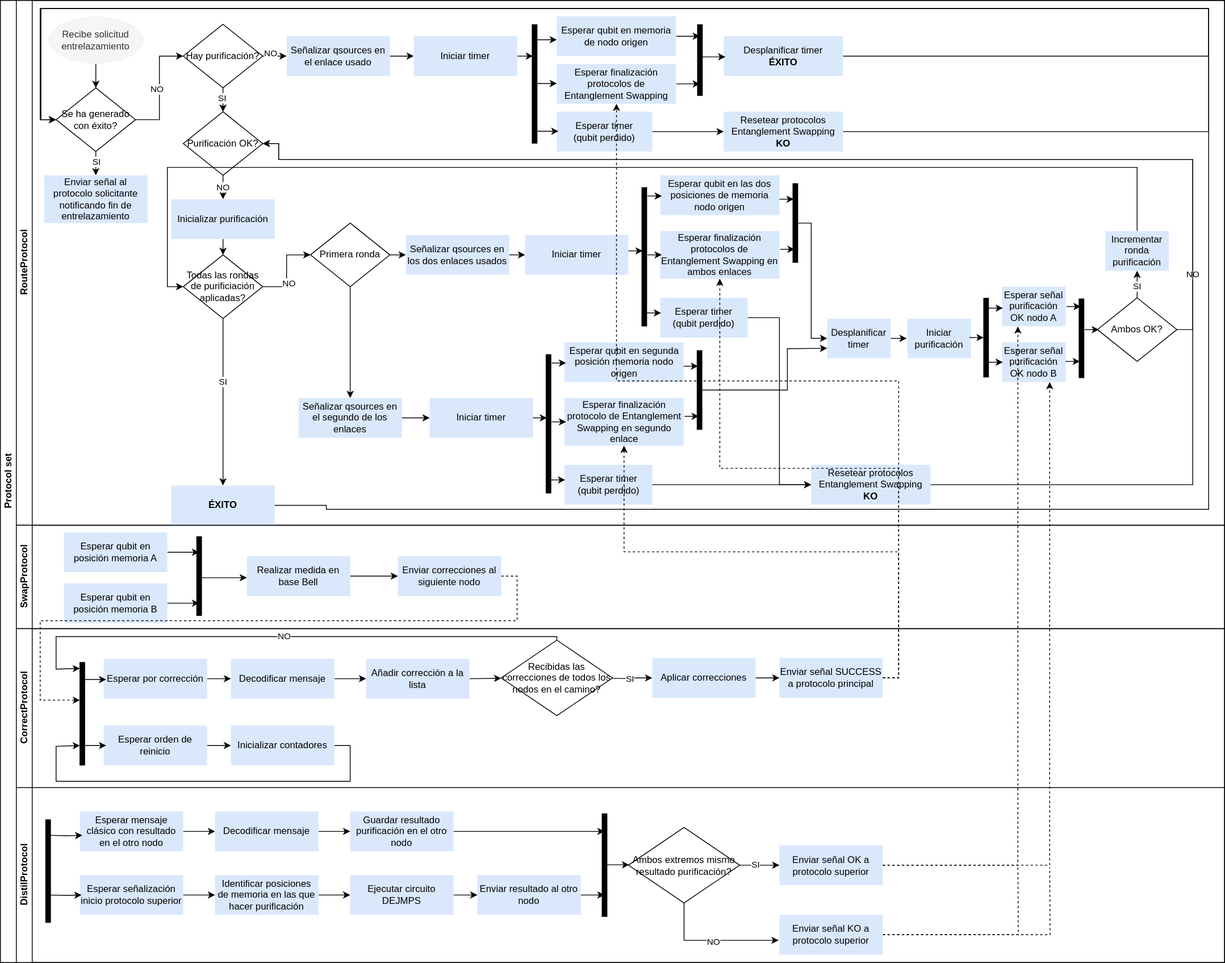
The draw.io diagram Diagramas/Flujo/tec-RouteProtocol.svg in davidpcuvigo/quantumcity, before a commit. Source tidied: cells renumbered, new cells last; positions are measured from the earlier drawing's top-left corner, leaving out a move shared by most shapes.
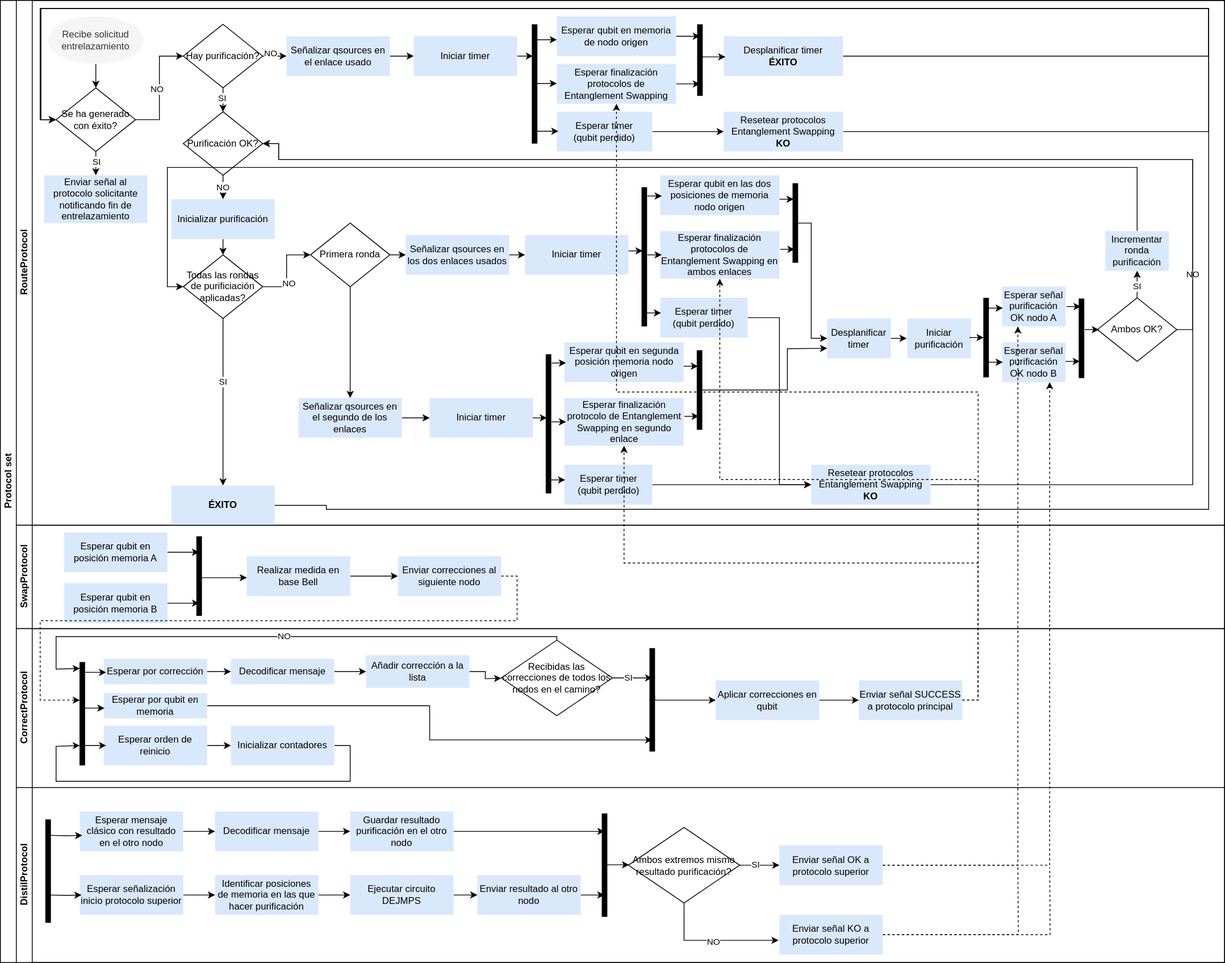
Later version of the same file.

Commit message:
Corrección tiempo pérdida qubit

Diff of the diagram source:
```diff
@@ -421,6 +421,15 @@
     <mxCell id="100" value="Enviar correcciones al siguiente nodo" style="rounded=0;whiteSpace=wrap;html=1;fillColor=#dae8fc;strokeColor=none;" parent="91" vertex="1">
       <mxGeometry x="480" y="39" width="130" height="50" as="geometry" />
     </mxCell>
+    <mxCell id="121" style="edgeStyle=orthogonalEdgeStyle;rounded=0;jettySize=auto;html=1;exitX=1;exitY=0.5;exitDx=0;exitDy=0;entryX=0.5;entryY=1;entryDx=0;entryDy=0;dashed=1;" parent="2" edge="1" source="115" target="62">
+      <mxGeometry relative="1" as="geometry" />
+    </mxCell>
+    <mxCell id="122" style="edgeStyle=orthogonalEdgeStyle;rounded=0;jettySize=auto;html=1;exitX=1;exitY=0.5;exitDx=0;exitDy=0;entryX=0.5;entryY=1;entryDx=0;entryDy=0;dashed=1;" parent="2" edge="1" source="115" target="49">
+      <mxGeometry relative="1" as="geometry" />
+    </mxCell>
+    <mxCell id="123" style="edgeStyle=orthogonalEdgeStyle;rounded=0;jettySize=auto;html=1;exitX=1;exitY=0.5;exitDx=0;exitDy=0;entryX=0.5;entryY=1;entryDx=0;entryDy=0;dashed=1;" parent="2" edge="1" source="115" target="22">
+      <mxGeometry relative="1" as="geometry" />
+    </mxCell>
     <mxCell id="101" value="CorrectProtocol" style="swimlane;html=1;startSize=20;horizontal=0;" parent="2" vertex="1">
       <mxGeometry x="20" y="790" width="1520" height="200" as="geometry" />
     </mxCell>
@@ -428,7 +437,7 @@
       <mxGeometry relative="1" as="geometry" />
     </mxCell>
     <mxCell id="103" value="Esperar por corrección" style="rounded=0;whiteSpace=wrap;html=1;fillColor=#dae8fc;strokeColor=none;" parent="101" vertex="1">
-      <mxGeometry x="110" y="38" width="130" height="50" as="geometry" />
+      <mxGeometry x="110" y="38" width="130" height="32" as="geometry" />
     </mxCell>
     <mxCell id="104" style="edgeStyle=orthogonalEdgeStyle;rounded=0;jettySize=auto;html=1;exitX=1;exitY=0.5;exitDx=0;exitDy=0;entryX=0;entryY=0.5;entryDx=0;entryDy=0;" parent="101" edge="1" source="105" target="119">
       <mxGeometry relative="1" as="geometry" />
@@ -440,7 +449,7 @@
       <mxGeometry relative="1" as="geometry" />
     </mxCell>
     <mxCell id="107" value="Decodificar mensaje" style="rounded=0;whiteSpace=wrap;html=1;fillColor=#dae8fc;strokeColor=none;" parent="101" vertex="1">
-      <mxGeometry x="270" y="38" width="130" height="50" as="geometry" />
+      <mxGeometry x="270" y="38" width="130" height="32" as="geometry" />
     </mxCell>
     <mxCell id="108" style="edgeStyle=orthogonalEdgeStyle;rounded=0;jettySize=auto;html=1;exitX=1;exitY=0.5;exitDx=0;exitDy=0;entryX=0;entryY=0.5;entryDx=0;entryDy=0;" parent="101" edge="1" source="109">
       <mxGeometry relative="1" as="geometry">
@@ -448,7 +457,7 @@
       </mxGeometry>
     </mxCell>
     <mxCell id="109" value="Añadir corrección a la lista" style="rounded=0;whiteSpace=wrap;html=1;fillColor=#dae8fc;strokeColor=none;" parent="101" vertex="1">
-      <mxGeometry x="440" y="38" width="130" height="50" as="geometry" />
+      <mxGeometry x="440" y="33.5" width="130" height="41" as="geometry" />
     </mxCell>
     <mxCell id="110" style="edgeStyle=orthogonalEdgeStyle;rounded=0;jettySize=auto;html=1;exitX=0.5;exitY=0;exitDx=0;exitDy=0;" parent="101" edge="1" source="112">
       <mxGeometry relative="1" as="geometry">
@@ -463,26 +472,26 @@
     <mxCell id="111" value="NO" style="edgeLabel;html=1;align=center;verticalAlign=middle;" parent="110" vertex="1">
       <mxGeometry x="-0.01" y="-1" relative="1" as="geometry" />
     </mxCell>
+    <mxCell id="173" style="edgeStyle=orthogonalEdgeStyle;rounded=0;jettySize=auto;html=1;exitX=1;exitY=0.5;exitDx=0;exitDy=0;" parent="101" edge="1" source="112">
+      <mxGeometry relative="1" as="geometry">
+        <mxPoint x="800" y="62" as="targetPoint" />
+      </mxGeometry>
+    </mxCell>
+    <mxCell id="117" value="SI" style="edgeLabel;html=1;align=center;verticalAlign=middle;" parent="173" vertex="1">
+      <mxGeometry x="-0.25" y="1" relative="1" as="geometry" />
+    </mxCell>
     <mxCell id="112" value="Recibidas las correcciones de todos los nodos en el camino?" style="rhombus;whiteSpace=wrap;html=1;fontFamily=Helvetica;fontSize=12;fontColor=#000000;align=center;" parent="101" vertex="1">
       <mxGeometry x="610" y="14.5" width="140" height="95" as="geometry" />
     </mxCell>
     <mxCell id="113" style="edgeStyle=orthogonalEdgeStyle;rounded=0;jettySize=auto;html=1;exitX=1;exitY=0.5;exitDx=0;exitDy=0;entryX=0;entryY=0.5;entryDx=0;entryDy=0;" parent="101" edge="1" source="114" target="115">
       <mxGeometry relative="1" as="geometry" />
     </mxCell>
-    <mxCell id="114" value="Aplicar correcciones" style="rounded=0;whiteSpace=wrap;html=1;fillColor=#dae8fc;strokeColor=none;" parent="101" vertex="1">
-      <mxGeometry x="800" y="37" width="130" height="50" as="geometry" />
+    <mxCell id="114" value="Aplicar correcciones en qubit" style="rounded=0;whiteSpace=wrap;html=1;fillColor=#dae8fc;strokeColor=none;" parent="101" vertex="1">
+      <mxGeometry x="880" y="65" width="130" height="50" as="geometry" />
     </mxCell>
     <mxCell id="115" value="Enviar señal SUCCESS a protocolo principal" style="rounded=0;whiteSpace=wrap;html=1;fillColor=#dae8fc;strokeColor=none;" parent="101" vertex="1">
-      <mxGeometry x="960" y="37" width="130" height="50" as="geometry" />
+      <mxGeometry x="1060" y="65" width="130" height="50" as="geometry" />
     </mxCell>
-    <mxCell id="116" style="edgeStyle=orthogonalEdgeStyle;rounded=0;jettySize=auto;html=1;exitX=1;exitY=0.5;exitDx=0;exitDy=0;entryX=0;entryY=0.5;entryDx=0;entryDy=0;" parent="101" edge="1" target="114">
-      <mxGeometry relative="1" as="geometry">
-        <mxPoint x="750" y="62.5" as="sourcePoint" />
-      </mxGeometry>
-    </mxCell>
-    <mxCell id="117" value="SI" style="edgeLabel;html=1;align=center;verticalAlign=middle;" parent="116" vertex="1">
-      <mxGeometry x="-0.12" relative="1" as="geometry" />
-    </mxCell>
     <mxCell id="118" style="edgeStyle=orthogonalEdgeStyle;rounded=0;jettySize=auto;html=1;exitX=1;exitY=0.5;exitDx=0;exitDy=0;" parent="101" edge="1" source="119">
       <mxGeometry relative="1" as="geometry">
         <mxPoint x="80" y="147" as="targetPoint" />
@@ -503,15 +512,26 @@
         <mxPoint x="83" y="42" as="targetPoint" />
       </mxGeometry>
     </mxCell>
-    <mxCell id="121" style="edgeStyle=orthogonalEdgeStyle;rounded=0;jettySize=auto;html=1;exitX=1;exitY=0.5;exitDx=0;exitDy=0;entryX=0.5;entryY=1;entryDx=0;entryDy=0;dashed=1;" parent="2" edge="1" source="115" target="62">
-      <mxGeometry relative="1" as="geometry" />
-    </mxCell>
-    <mxCell id="122" style="edgeStyle=orthogonalEdgeStyle;rounded=0;jettySize=auto;html=1;exitX=1;exitY=0.5;exitDx=0;exitDy=0;entryX=0.5;entryY=1;entryDx=0;entryDy=0;dashed=1;" parent="2" edge="1" source="115" target="49">
-      <mxGeometry relative="1" as="geometry" />
-    </mxCell>
-    <mxCell id="123" style="edgeStyle=orthogonalEdgeStyle;rounded=0;jettySize=auto;html=1;exitX=1;exitY=0.5;exitDx=0;exitDy=0;entryX=0.5;entryY=1;entryDx=0;entryDy=0;dashed=1;" parent="2" edge="1" source="115" target="22">
-      <mxGeometry relative="1" as="geometry" />
-    </mxCell>
+    <mxCell id="174" style="edgeStyle=orthogonalEdgeStyle;rounded=0;jettySize=auto;html=1;exitX=1;exitY=0.5;exitDx=0;exitDy=0;" parent="101" edge="1" source="175">
+      <mxGeometry relative="1" as="geometry">
+        <mxPoint x="800" y="140" as="targetPoint" />
+        <Array as="points">
+          <mxPoint x="520" y="97" />
+          <mxPoint x="520" y="140" />
+        </Array>
+      </mxGeometry>
+    </mxCell>
+    <mxCell id="175" value="Esperar por qubit en memoria" style="rounded=0;whiteSpace=wrap;html=1;fillColor=#dae8fc;strokeColor=none;" parent="101" vertex="1">
+      <mxGeometry x="110" y="81" width="130" height="32" as="geometry" />
+    </mxCell>
+    <mxCell id="176" style="edgeStyle=orthogonalEdgeStyle;rounded=0;jettySize=auto;html=1;entryX=0;entryY=0.5;entryDx=0;entryDy=0;" parent="101" edge="1" target="114">
+      <mxGeometry relative="1" as="geometry">
+        <mxPoint x="803" y="84" as="sourcePoint" />
+        <Array as="points">
+          <mxPoint x="803" y="90" />
+        </Array>
+      </mxGeometry>
+    </mxCell>
     <mxCell id="124" value="DistilProtocol" style="swimlane;html=1;startSize=20;horizontal=0;" parent="2" vertex="1">
       <mxGeometry x="20" y="990" width="1520" height="220" as="geometry" />
     </mxCell>
@@ -749,9 +769,25 @@
     </mxCell>
     <mxCell id="172" style="edgeStyle=orthogonalEdgeStyle;rounded=0;orthogonalLoop=1;jettySize=auto;html=1;entryX=0;entryY=0.5;entryDx=0;entryDy=0;" parent="1" edge="1">
       <mxGeometry relative="1" as="geometry">
-        <mxPoint x="100" y="854" as="sourcePoint" />
-        <mxPoint x="133" y="854" as="targetPoint" />
+        <mxPoint x="100" y="845" as="sourcePoint" />
+        <mxPoint x="133" y="845" as="targetPoint" />
       </mxGeometry>
     </mxCell>
+    <mxCell id="177" style="endArrow=none;html=1;rounded=0;strokeWidth=7;edgeStyle=orthogonalEdgeStyle;" parent="1" edge="1">
+      <mxGeometry relative="1" as="geometry">
+        <mxPoint x="820" y="944.5" as="sourcePoint" />
+        <mxPoint x="820" y="814.5" as="targetPoint" />
+        <Array as="points">
+          <mxPoint x="820" y="844.5" />
+          <mxPoint x="820" y="844.5" />
+        </Array>
+      </mxGeometry>
+    </mxCell>
+    <mxCell id="178" style="edgeStyle=orthogonalEdgeStyle;rounded=0;orthogonalLoop=1;jettySize=auto;html=1;entryX=0;entryY=0.5;entryDx=0;entryDy=0;" parent="1" edge="1">
+      <mxGeometry relative="1" as="geometry">
+        <mxPoint x="100" y="890" as="sourcePoint" />
+        <mxPoint x="131" y="890" as="targetPoint" />
+      </mxGeometry>
+    </mxCell>
   </root>
 </mxGraphModel>
```
